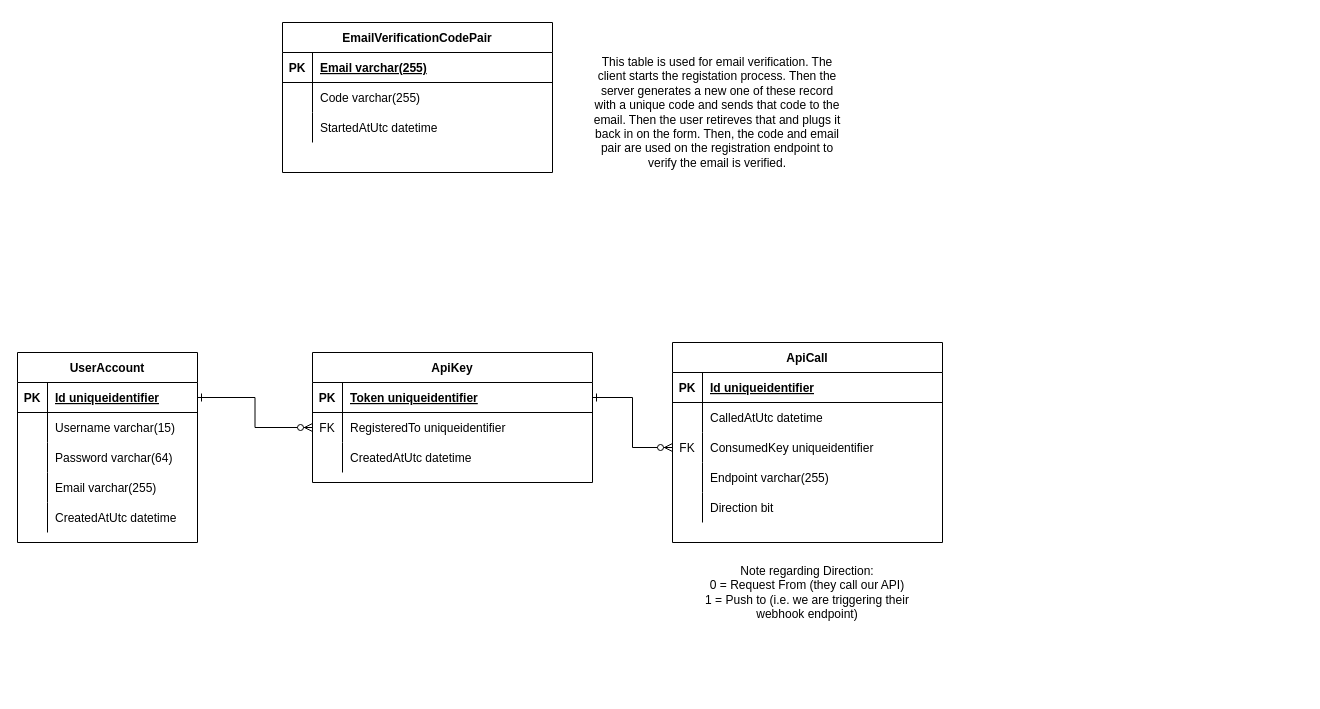
The draw.io diagram page "User-Related" (3 of 3) of AletheiaErd.drawio in TimHanewich/Aletheia-Engine-Library, before the edit. Source tidied: cells renumbered, new cells numbered last; positions are measured from the earlier drawing's top-left corner, leaving out a move shared by most shapes. Both pictures are drawn from the tidied source at 100%, with x=0, y=0 at pixel (17, 17).
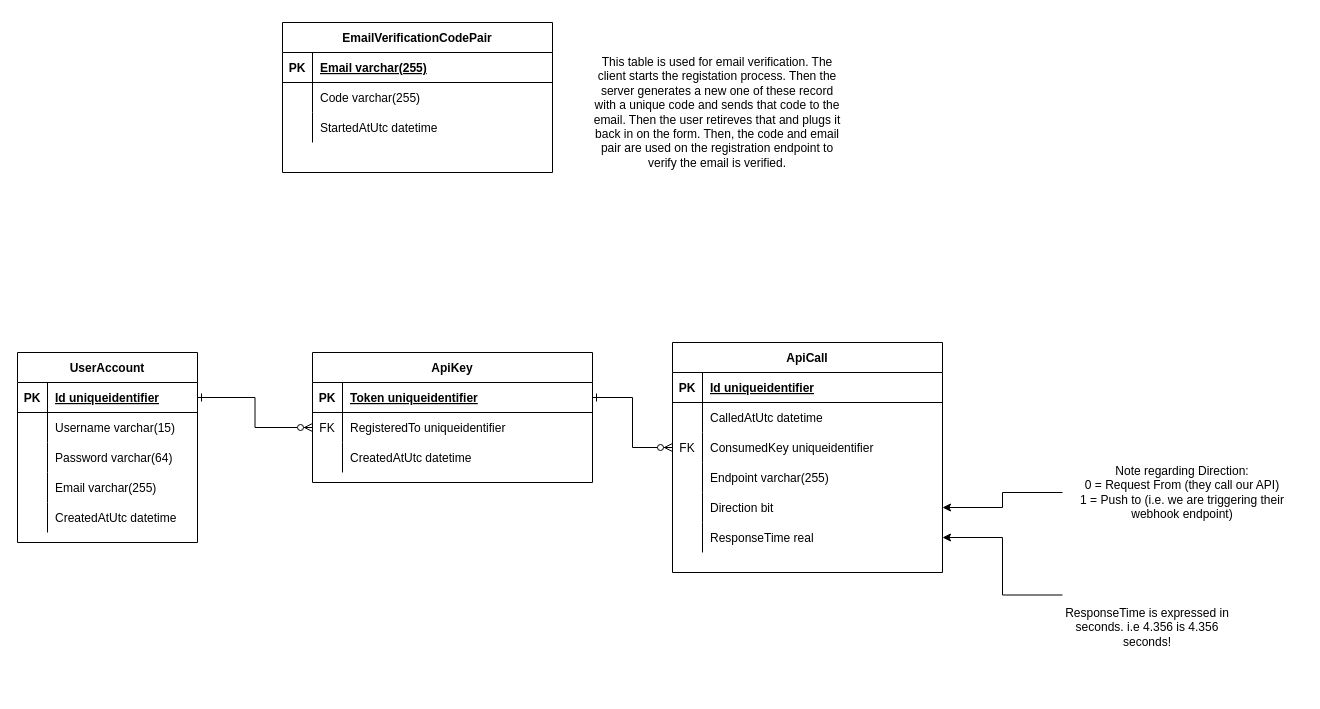
After the change.

Commit message:
Added ResponseTime to ApiCall table in the ERD

The change refers to these unchanged cells:
```xml
<mxCell id="42" style="shape=partialRectangle;fillColor=none;top=0;left=0;bottom=0;right=0;points=[[0,0.5],[1,0.5]];portConstraint=eastwest;" parent="29" vertex="1">
  <mxGeometry y="150" width="270" height="30" as="geometry" />
</mxCell>
```

What changed in the source:
```diff
@@
     <mxCell id="29" value="ApiCall" style="shape=table;startSize=30;childLayout=tableLayout;rowLines=0;fontStyle=1;align=center;" parent="1" vertex="1">
-      <mxGeometry x="655" y="325" width="270" height="200" as="geometry" />
+      <mxGeometry x="655" y="325" width="270" height="230" as="geometry" />
     </mxCell>
@@
+    <mxCell id="58" style="shape=partialRectangle;fillColor=none;top=0;left=0;bottom=0;right=0;points=[[0,0.5],[1,0.5]];portConstraint=eastwest;" parent="29" vertex="1">
+      <mxGeometry y="180" width="270" height="30" as="geometry" />
+    </mxCell>
+    <mxCell id="59" style="shape=partialRectangle;fillColor=none;top=0;left=0;bottom=0;right=0;overflow=hidden;" parent="58" vertex="1">
+      <mxGeometry width="30" height="30" as="geometry" />
+    </mxCell>
+    <mxCell id="60" value="ResponseTime real" style="shape=partialRectangle;fillColor=none;top=0;left=0;bottom=0;right=0;align=left;spacingLeft=6;overflow=hidden;" parent="58" vertex="1">
+      <mxGeometry x="30" width="240" height="30" as="geometry" />
+    </mxCell>
@@
+    <mxCell id="61" style="edgeStyle=orthogonalEdgeStyle;rounded=0;jettySize=auto;html=1;exitX=0;exitY=0.5;exitDx=0;exitDy=0;entryX=1;entryY=0.5;entryDx=0;entryDy=0;" parent="1" edge="1" source="46" target="42">
+      <mxGeometry relative="1" as="geometry" />
+    </mxCell>
     <mxCell id="46" value="Note regarding Direction:&lt;br&gt;0 = Request From (they call our API)&lt;br&gt;1 = Push to (i.e. we are triggering their webhook endpoint)" style="text;html=1;strokeColor=none;fillColor=none;align=center;verticalAlign=middle;whiteSpace=wrap;rounded=0;" parent="1" vertex="1">
-      <mxGeometry x="670" y="535" width="240" height="80" as="geometry" />
+      <mxGeometry x="1045" y="435" width="240" height="80" as="geometry" />
     </mxCell>
@@
+    <mxCell id="62" style="edgeStyle=orthogonalEdgeStyle;rounded=0;jettySize=auto;html=1;exitX=0;exitY=0.25;exitDx=0;exitDy=0;entryX=1;entryY=0.5;entryDx=0;entryDy=0;" parent="1" edge="1" source="63" target="58">
+      <mxGeometry relative="1" as="geometry" />
+    </mxCell>
+    <mxCell id="63" value="ResponseTime is expressed in seconds. i.e 4.356 is 4.356 seconds!" style="text;html=1;strokeColor=none;fillColor=none;align=center;verticalAlign=middle;whiteSpace=wrap;rounded=0;" parent="1" vertex="1">
+      <mxGeometry x="1045" y="545" width="170" height="130" as="geometry" />
+    </mxCell>
```
